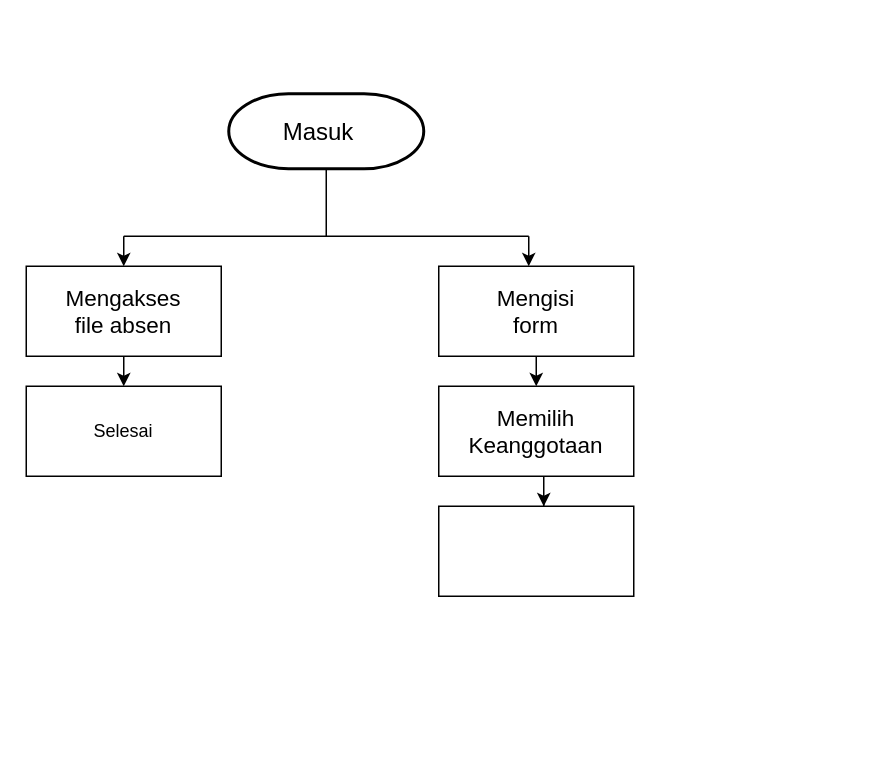
Before: Alur.sistem.drawio in Irgi-Cahya-Pewirausaha/Kelompok-irgi, a draw.io diagram. Source tidied: cells renumbered, new cells numbered last; positions are measured from the earlier drawing's top-left corner, leaving out a move shared by most shapes. Both pictures are drawn from the tidied source at 150%, with x=0, y=0 at pixel (26, 93).
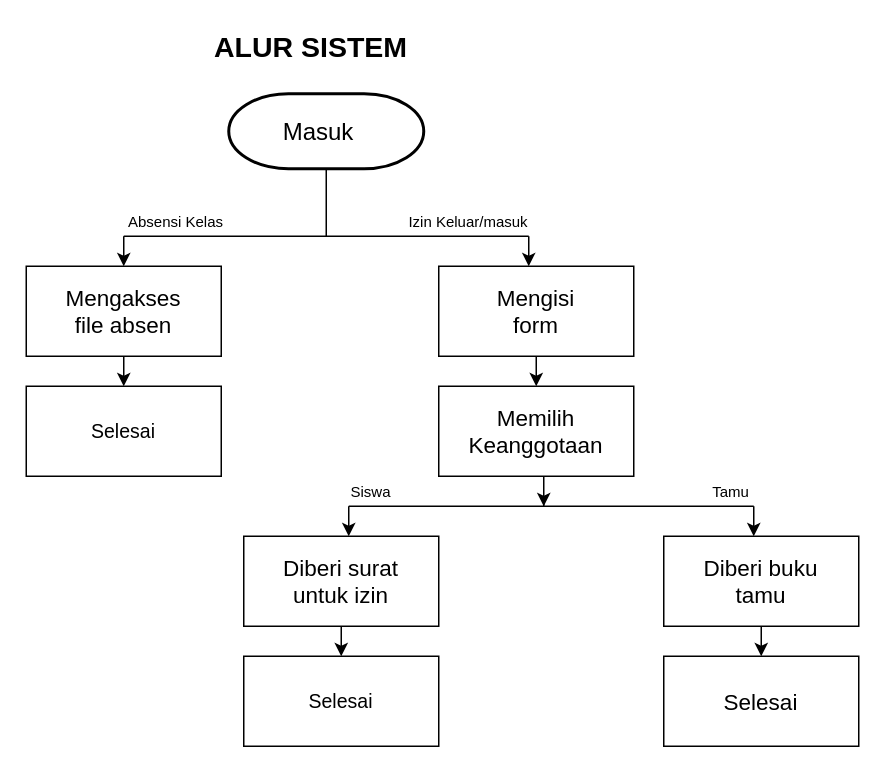
After the change.

Diff of the diagram source:
```diff
@@
-    <mxCell id="13" value="Selesai" style="rounded=0;whiteSpace=wrap;html=1;" parent="1" vertex="1">
+    <mxCell id="13" value="&lt;font style=&quot;font-size: 13px;&quot;&gt;Selesai&lt;/font&gt;" style="rounded=0;whiteSpace=wrap;html=1;" parent="1" vertex="1">
       <mxGeometry y="195" width="130" height="60" as="geometry" />
     </mxCell>
@@
-    <mxCell id="19" style="rounded=0;whiteSpace=wrap;html=1;" parent="1" vertex="1">
-      <mxGeometry x="275" y="275" width="130" height="60" as="geometry" />
-    </mxCell>
+    <mxCell id="20" value="&lt;font style=&quot;font-size: 10px;&quot;&gt;Absensi Kelas&lt;/font&gt;" style="text;html=1;align=center;verticalAlign=middle;whiteSpace=wrap;rounded=0;" parent="1" vertex="1">
+      <mxGeometry x="65" y="75" width="70" height="20" as="geometry" />
+    </mxCell>
+    <mxCell id="21" value="&lt;span style=&quot;font-size: 10px;&quot;&gt;Izin Keluar/masuk&lt;/span&gt;" style="text;html=1;align=center;verticalAlign=middle;whiteSpace=wrap;rounded=0;" parent="1" vertex="1">
+      <mxGeometry x="245" y="75" width="100" height="20" as="geometry" />
+    </mxCell>
+    <mxCell id="22" style="endArrow=none;html=1;rounded=0;" parent="1" edge="1">
+      <mxGeometry relative="1" as="geometry">
+        <mxPoint x="215" y="275" as="sourcePoint" />
+        <mxPoint x="485" y="275" as="targetPoint" />
+      </mxGeometry>
+    </mxCell>
+    <mxCell id="23" style="endArrow=classic;html=1;rounded=0;" parent="1" edge="1">
+      <mxGeometry relative="1" as="geometry">
+        <mxPoint x="215" y="275" as="sourcePoint" />
+        <mxPoint x="215" y="295" as="targetPoint" />
+      </mxGeometry>
+    </mxCell>
+    <mxCell id="24" style="endArrow=classic;html=1;rounded=0;" parent="1" edge="1">
+      <mxGeometry relative="1" as="geometry">
+        <mxPoint x="485" y="275" as="sourcePoint" />
+        <mxPoint x="485" y="295" as="targetPoint" />
+      </mxGeometry>
+    </mxCell>
+    <mxCell id="25" style="rounded=0;whiteSpace=wrap;html=1;" parent="1" vertex="1">
+      <mxGeometry x="145" y="295" width="130" height="60" as="geometry" />
+    </mxCell>
+    <mxCell id="26" style="rounded=0;whiteSpace=wrap;html=1;" parent="1" vertex="1">
+      <mxGeometry x="425" y="295" width="130" height="60" as="geometry" />
+    </mxCell>
+    <mxCell id="27" value="&lt;span style=&quot;font-size: 10px;&quot;&gt;Siswa&lt;/span&gt;" style="text;html=1;align=center;verticalAlign=middle;whiteSpace=wrap;rounded=0;" parent="1" vertex="1">
+      <mxGeometry x="185" y="255" width="90" height="20" as="geometry" />
+    </mxCell>
+    <mxCell id="28" value="&lt;span style=&quot;font-size: 10px;&quot;&gt;Tamu&lt;/span&gt;" style="text;html=1;align=center;verticalAlign=middle;whiteSpace=wrap;rounded=0;" parent="1" vertex="1">
+      <mxGeometry x="425" y="255" width="90" height="20" as="geometry" />
+    </mxCell>
+    <mxCell id="29" value="&lt;span style=&quot;font-size: 15px;&quot;&gt;Diberi buku tamu&lt;/span&gt;" style="text;html=1;align=center;verticalAlign=middle;whiteSpace=wrap;rounded=0;" parent="1" vertex="1">
+      <mxGeometry x="445" y="310" width="90" height="30" as="geometry" />
+    </mxCell>
+    <mxCell id="30" style="rounded=0;whiteSpace=wrap;html=1;" parent="1" vertex="1">
+      <mxGeometry x="425" y="375" width="130" height="60" as="geometry" />
+    </mxCell>
+    <mxCell id="31" style="endArrow=classic;html=1;rounded=0;exitX=0.5;exitY=1;exitDx=0;exitDy=0;entryX=0.5;entryY=0;entryDx=0;entryDy=0;" parent="1" edge="1" source="26" target="30">
+      <mxGeometry relative="1" as="geometry" />
+    </mxCell>
+    <mxCell id="32" value="&lt;span style=&quot;font-size: 15px;&quot;&gt;Selesai&lt;/span&gt;" style="text;html=1;align=center;verticalAlign=middle;whiteSpace=wrap;rounded=0;" parent="1" vertex="1">
+      <mxGeometry x="445" y="390" width="90" height="30" as="geometry" />
+    </mxCell>
+    <mxCell id="33" value="&lt;span style=&quot;font-size: 15px;&quot;&gt;Diberi surat untuk izin&lt;/span&gt;" style="text;html=1;align=center;verticalAlign=middle;whiteSpace=wrap;rounded=0;" parent="1" vertex="1">
+      <mxGeometry x="155" y="310" width="110" height="30" as="geometry" />
+    </mxCell>
+    <mxCell id="34" value="&lt;font style=&quot;font-size: 13px;&quot;&gt;Selesai&lt;/font&gt;" style="rounded=0;whiteSpace=wrap;html=1;" parent="1" vertex="1">
+      <mxGeometry x="145" y="375" width="130" height="60" as="geometry" />
+    </mxCell>
+    <mxCell id="35" style="endArrow=classic;html=1;rounded=0;exitX=0.5;exitY=1;exitDx=0;exitDy=0;entryX=0.5;entryY=0;entryDx=0;entryDy=0;" parent="1" edge="1" source="25" target="34">
+      <mxGeometry relative="1" as="geometry" />
+    </mxCell>
+    <mxCell id="36" value="&lt;font size=&quot;1&quot; style=&quot;&quot;&gt;&lt;b style=&quot;font-size: 19px;&quot;&gt;ALUR SISTEM&lt;/b&gt;&lt;/font&gt;" style="text;html=1;align=center;verticalAlign=middle;whiteSpace=wrap;rounded=0;" parent="1" vertex="1">
+      <mxGeometry x="115" y="-45" width="150" height="30" as="geometry" />
+    </mxCell>
```
